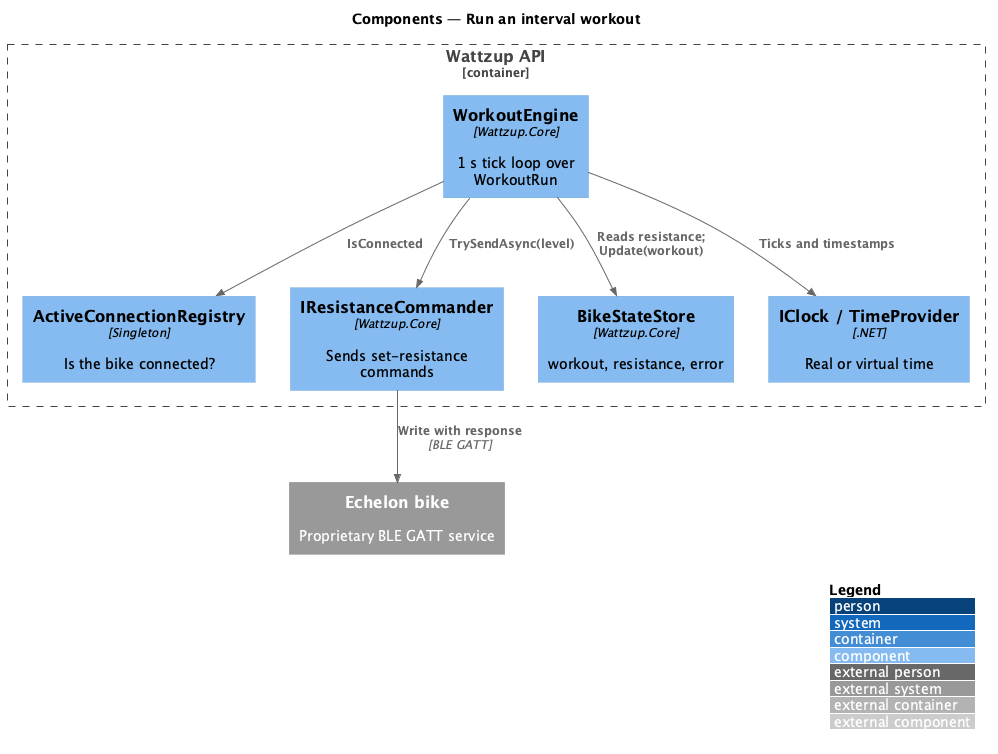
Earlier version of the PlantUML export docs/detailed-designs/workouts/run-interval-workout/diagrams/c4-component.png (QuinntyneBrown/ride-one). Its diagram source:
```plantuml
@startuml
!include <C4/C4_Component>
LAYOUT_WITH_LEGEND()
title Components — Run an interval workout

Container_Boundary(api, "Wattzup API") {
  Component(engine, "WorkoutEngine", "Wattzup.Core", "1 s tick loop over WorkoutRun")
  Component(reg, "ActiveConnectionRegistry", "Singleton", "Is the bike connected?")
  Component(cmdr, "IResistanceCommander", "Wattzup.Core", "Sends set-resistance commands")
  Component(store, "BikeStateStore", "Wattzup.Core", "workout, resistance, error")
  Component(clock, "IClock / TimeProvider", ".NET", "Real or virtual time")
}
System_Ext(bike, "Echelon bike", "Proprietary BLE GATT service")

Rel(engine, reg, "IsConnected")
Rel(engine, cmdr, "TrySendAsync(level)")
Rel(engine, store, "Reads resistance; Update(workout)")
Rel(engine, clock, "Ticks and timestamps")
Rel(cmdr, bike, "Write with response", "BLE GATT")
@enduml
```
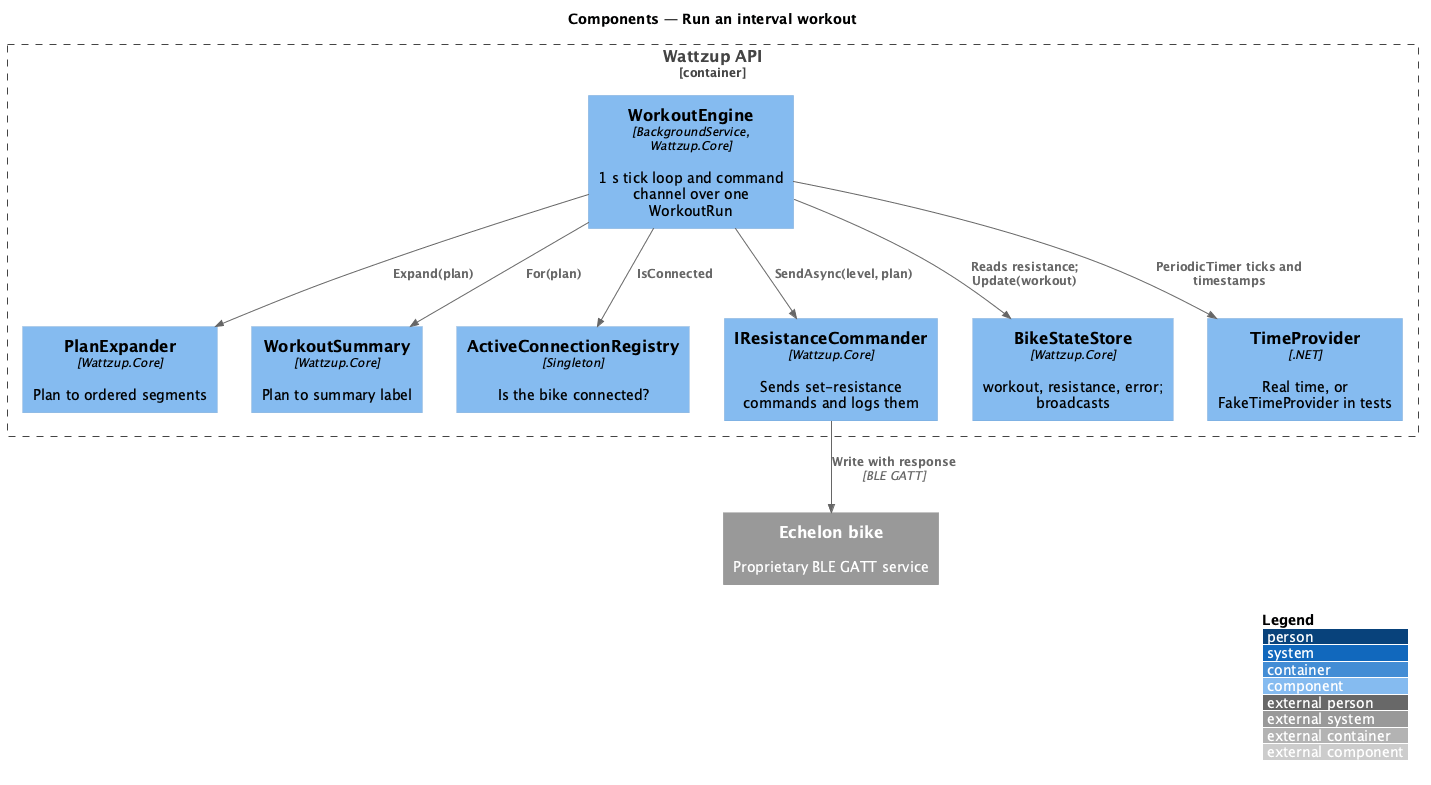
The same file after the commit.

Diff of the diagram source:
```diff
@@ -4,17 +4,21 @@
 title Components — Run an interval workout
 
 Container_Boundary(api, "Wattzup API") {
-  Component(engine, "WorkoutEngine", "Wattzup.Core", "1 s tick loop over WorkoutRun")
+  Component(engine, "WorkoutEngine", "BackgroundService, Wattzup.Core", "1 s tick loop and command channel over one WorkoutRun")
+  Component(exp, "PlanExpander", "Wattzup.Core", "Plan to ordered segments")
+  Component(sum, "WorkoutSummary", "Wattzup.Core", "Plan to summary label")
   Component(reg, "ActiveConnectionRegistry", "Singleton", "Is the bike connected?")
-  Component(cmdr, "IResistanceCommander", "Wattzup.Core", "Sends set-resistance commands")
-  Component(store, "BikeStateStore", "Wattzup.Core", "workout, resistance, error")
-  Component(clock, "IClock / TimeProvider", ".NET", "Real or virtual time")
+  Component(cmdr, "IResistanceCommander", "Wattzup.Core", "Sends set-resistance commands and logs them")
+  Component(store, "BikeStateStore", "Wattzup.Core", "workout, resistance, error; broadcasts")
+  Component(clock, "TimeProvider", ".NET", "Real time, or FakeTimeProvider in tests")
 }
 System_Ext(bike, "Echelon bike", "Proprietary BLE GATT service")
 
+Rel(engine, exp, "Expand(plan)")
+Rel(engine, sum, "For(plan)")
 Rel(engine, reg, "IsConnected")
-Rel(engine, cmdr, "TrySendAsync(level)")
+Rel(engine, cmdr, "SendAsync(level, plan)")
 Rel(engine, store, "Reads resistance; Update(workout)")
-Rel(engine, clock, "Ticks and timestamps")
+Rel(engine, clock, "PeriodicTimer ticks and timestamps")
 Rel(cmdr, bike, "Write with response", "BLE GATT")
 @enduml
```
